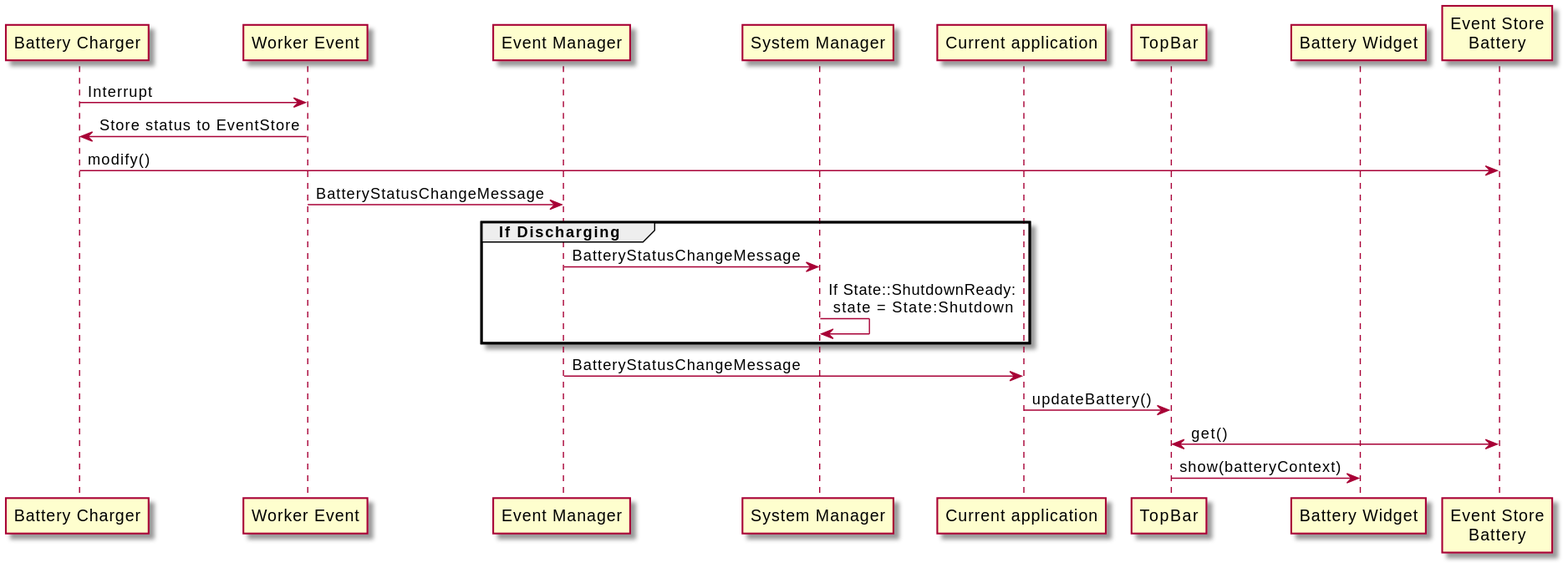
Before: module-services/service-evtmgr/doc/battery_status_notification.svg, a diagram exported from PlantUML (mudita/MuditaOS). The source it was exported from:
```plantuml
@startuml
participant "Battery Charger" as bc
participant "Worker Event" as we
participant "Event Manager" as evm
participant "System Manager" as sm
participant "Current application" as ca
participant "TopBar" as tb
participant "Battery Widget" as bw
participant "Event Store\nBattery" as es

bc -> we : Interrupt
we -> bc : Store status to EventStore
bc -> es : modify()
we -> evm : BatteryStatusChangeMessage
group If Discharging
    evm -> sm : BatteryStatusChangeMessage
    sm -> sm : If State::ShutdownReady:\n state = State:Shutdown
end
evm -> ca : BatteryStatusChangeMessage
ca -> tb : updateBattery()
tb <-> es : get()
tb -> bw : show(batteryContext)

@enduml
```
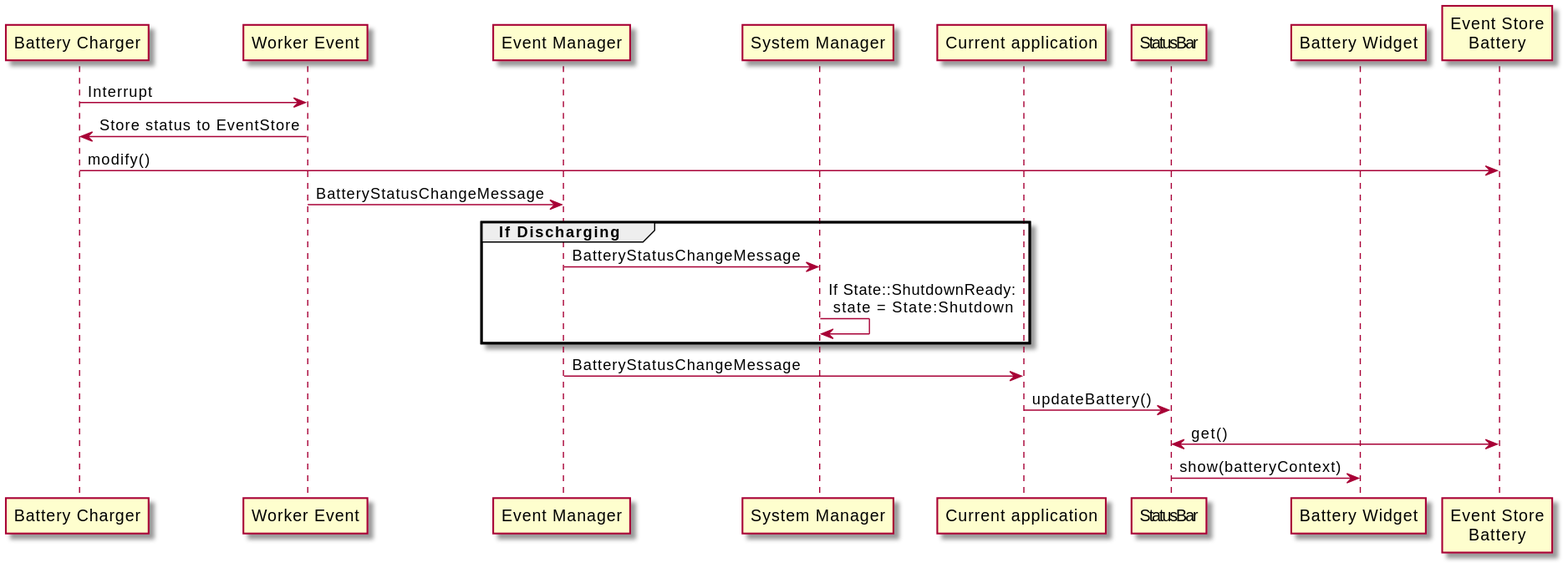
After the change.

What changed in the source:
```diff
@@ -4,7 +4,7 @@
 participant "Event Manager" as evm
 participant "System Manager" as sm
 participant "Current application" as ca
-participant "TopBar" as tb
+participant "StatusBar" as tb
 participant "Battery Widget" as bw
 participant "Event Store\nBattery" as es
 
```
